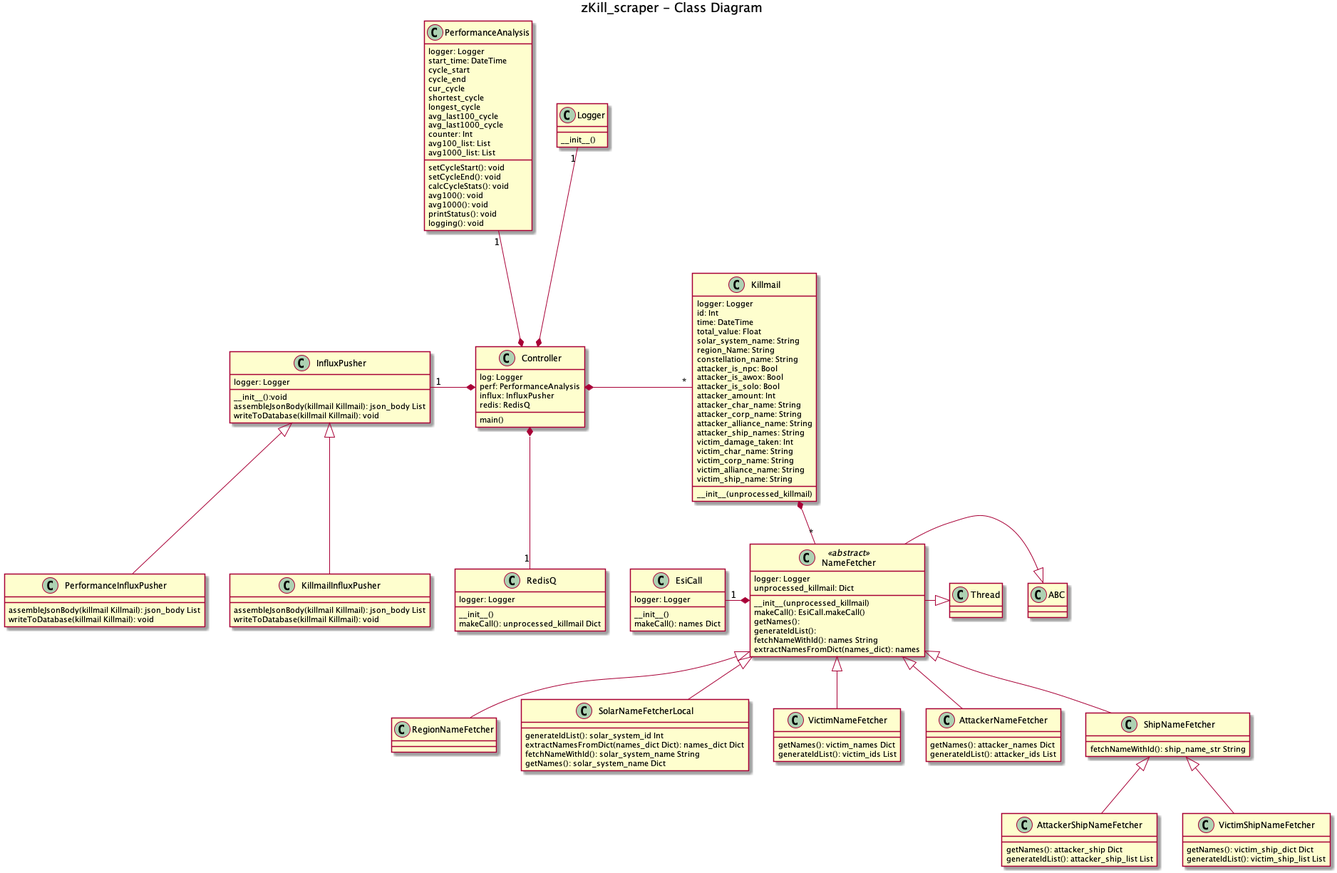
Before: ressources/UML.png, a diagram exported from PlantUML (leonahess/zFlux).
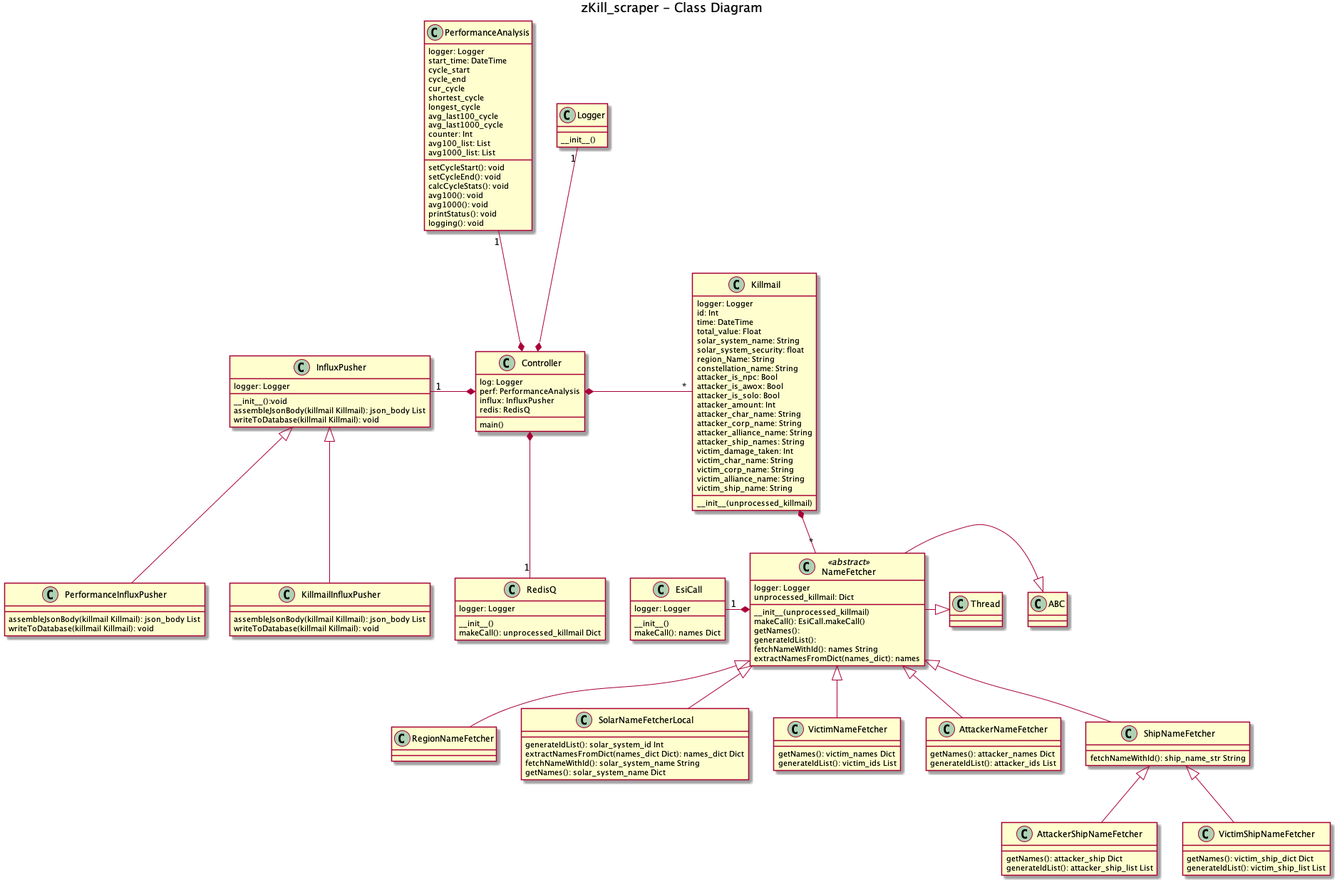
Later version of the same file.

Commit message:
updated README.md and Class Diagram

Diff of the diagram source:
```diff
@@ -20,6 +20,7 @@
     time: DateTime
     total_value: Float
     solar_system_name: String
+    solar_system_security: float
     region_Name: String
     constellation_name: String
     attacker_is_npc: Bool
```
